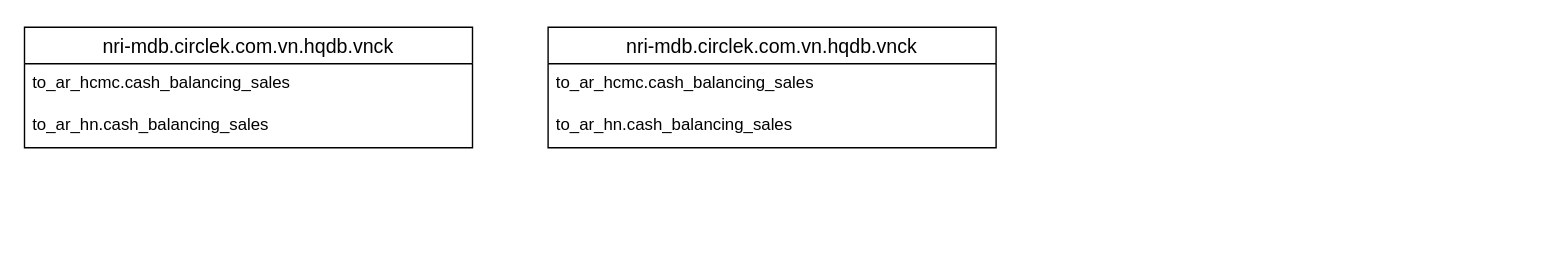
This is page "Daily sales 2 & 3" (2 of 2) of Data links.drawio from phongdd/CK-Flows, a draw.io file, before an edit. Source tidied: cells renumbered, new cells numbered last; positions are measured from the earlier drawing's top-left corner, leaving out a move shared by most shapes. Both pictures are drawn from the tidied source at 140%, with x=0, y=0 at pixel (24, 27).
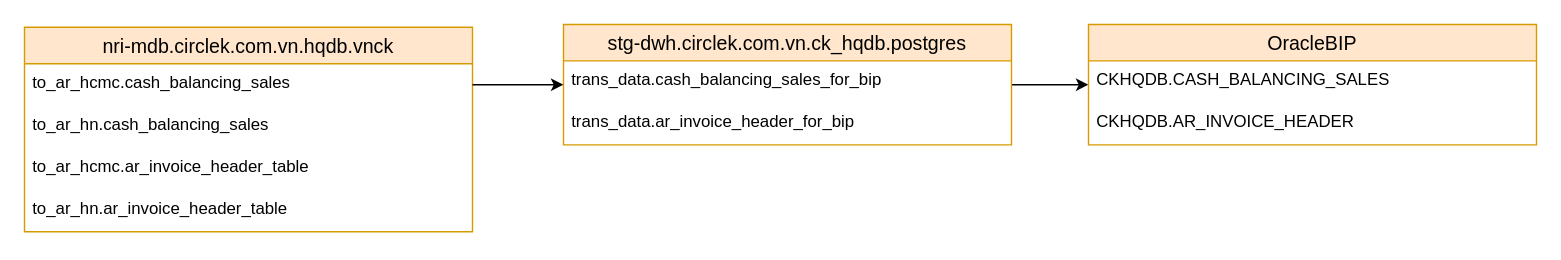
After the change.

What changed in the source:
```diff
@@
 <mxGraphModel>
   <root>
     <mxCell id="0" />
     <mxCell id="1" parent="0" />
-    <mxCell id="2" value="nri-mdb.circlek.com.vn.hqdb.vnck" style="swimlane;fontStyle=0;horizontal=1;startSize=26;align=center;fontSize=14;" parent="1" vertex="1">
-      <mxGeometry width="320" height="86" as="geometry" />
+    <mxCell id="2" value="nri-mdb.circlek.com.vn.hqdb.vnck" style="swimlane;fontStyle=0;horizontal=1;startSize=26;align=center;fontSize=14;fillColor=#ffe6cc;strokeColor=#d79b00;" parent="1" vertex="1">
+      <mxGeometry width="320" height="146" as="geometry" />
     </mxCell>
     <mxCell id="3" value="to_ar_hcmc.cash_balancing_sales&amp;nbsp;" style="text;strokeColor=none;fillColor=none;spacingLeft=4;spacingRight=4;overflow=hidden;points=[[0,0.5],[1,0.5]];portConstraint=eastwest;fontSize=12;whiteSpace=wrap;html=1;" parent="2" vertex="1">
       <mxGeometry y="26" width="320" height="30" as="geometry" />
     </mxCell>
     <mxCell id="4" value="to_ar_hn.cash_balancing_sales&amp;nbsp;" style="text;strokeColor=none;fillColor=none;spacingLeft=4;spacingRight=4;overflow=hidden;fontSize=12;whiteSpace=wrap;html=1;" parent="2" vertex="1">
       <mxGeometry y="56" width="320" height="30" as="geometry" />
     </mxCell>
+    <mxCell id="8" value="to_ar_hcmc.ar_invoice_header_table" style="text;strokeColor=none;fillColor=none;spacingLeft=4;spacingRight=4;overflow=hidden;fontSize=12;whiteSpace=wrap;html=1;" parent="2" vertex="1">
+      <mxGeometry y="86" width="320" height="30" as="geometry" />
+    </mxCell>
+    <mxCell id="9" value="to_ar_hn.ar_invoice_header_table" style="text;strokeColor=none;fillColor=none;spacingLeft=4;spacingRight=4;overflow=hidden;fontSize=12;whiteSpace=wrap;html=1;" parent="2" vertex="1">
+      <mxGeometry y="116" width="320" height="30" as="geometry" />
+    </mxCell>
+    <mxCell id="10" style="edgeStyle=orthogonalEdgeStyle;rounded=0;jettySize=auto;html=1;" parent="1" edge="1" source="5" target="12">
+      <mxGeometry relative="1" as="geometry" />
+    </mxCell>
-    <mxCell id="5" value="nri-mdb.circlek.com.vn.hqdb.vnck" style="swimlane;fontStyle=0;horizontal=1;startSize=26;align=center;fontSize=14;" parent="1" vertex="1">
-      <mxGeometry x="374" width="320" height="86" as="geometry" />
+    <mxCell id="5" value="stg-dwh.circlek.com.vn.ck_hqdb.postgres" style="swimlane;fontStyle=0;horizontal=1;startSize=26;align=center;fontSize=14;fillColor=#ffe6cc;strokeColor=#d79b00;" parent="1" vertex="1">
+      <mxGeometry x="385" y="-2" width="320" height="86" as="geometry" />
     </mxCell>
-    <mxCell id="6" value="to_ar_hcmc.cash_balancing_sales&amp;nbsp;" style="text;strokeColor=none;fillColor=none;spacingLeft=4;spacingRight=4;overflow=hidden;fontSize=12;whiteSpace=wrap;html=1;" parent="5" vertex="1">
+    <mxCell id="6" value="trans_data.cash_balancing_sales_for_bip" style="text;strokeColor=none;fillColor=none;spacingLeft=4;spacingRight=4;overflow=hidden;fontSize=12;whiteSpace=wrap;html=1;" parent="5" vertex="1">
       <mxGeometry y="26" width="320" height="30" as="geometry" />
     </mxCell>
-    <mxCell id="7" value="to_ar_hn.cash_balancing_sales&amp;nbsp;" style="text;strokeColor=none;fillColor=none;spacingLeft=4;spacingRight=4;overflow=hidden;fontSize=12;whiteSpace=wrap;html=1;" parent="5" vertex="1">
-      <mxGeometry y="56" width="320" height="30" as="geometry" />
-    </mxCell>
+    <mxCell id="11" value="trans_data.ar_invoice_header_for_bip" style="text;strokeColor=none;fillColor=none;spacingLeft=4;spacingRight=4;overflow=hidden;fontSize=12;whiteSpace=wrap;html=1;" parent="5" vertex="1">
+      <mxGeometry y="56" width="320" height="30" as="geometry" />
+    </mxCell>
+    <mxCell id="12" value="OracleBIP" style="swimlane;fontStyle=0;horizontal=1;startSize=26;align=center;fontSize=14;fillColor=#ffe6cc;strokeColor=#d79b00;" parent="1" vertex="1">
+      <mxGeometry x="760" y="-2" width="320" height="86" as="geometry" />
+    </mxCell>
+    <mxCell id="13" value="CKHQDB.CASH_BALANCING_SALES" style="text;strokeColor=none;fillColor=none;spacingLeft=4;spacingRight=4;overflow=hidden;fontSize=12;whiteSpace=wrap;html=1;" parent="12" vertex="1">
+      <mxGeometry y="26" width="320" height="30" as="geometry" />
+    </mxCell>
+    <mxCell id="14" value="CKHQDB.AR_INVOICE_HEADER" style="text;strokeColor=none;fillColor=none;spacingLeft=4;spacingRight=4;overflow=hidden;fontSize=12;whiteSpace=wrap;html=1;" parent="12" vertex="1">
+      <mxGeometry y="56" width="320" height="30" as="geometry" />
+    </mxCell>
+    <mxCell id="15" style="edgeStyle=orthogonalEdgeStyle;rounded=0;jettySize=auto;html=1;exitX=1;exitY=0.5;exitDx=0;exitDy=0;" parent="1" edge="1" source="3" target="5">
+      <mxGeometry relative="1" as="geometry" />
+    </mxCell>
   </root>
 </mxGraphModel>
```
